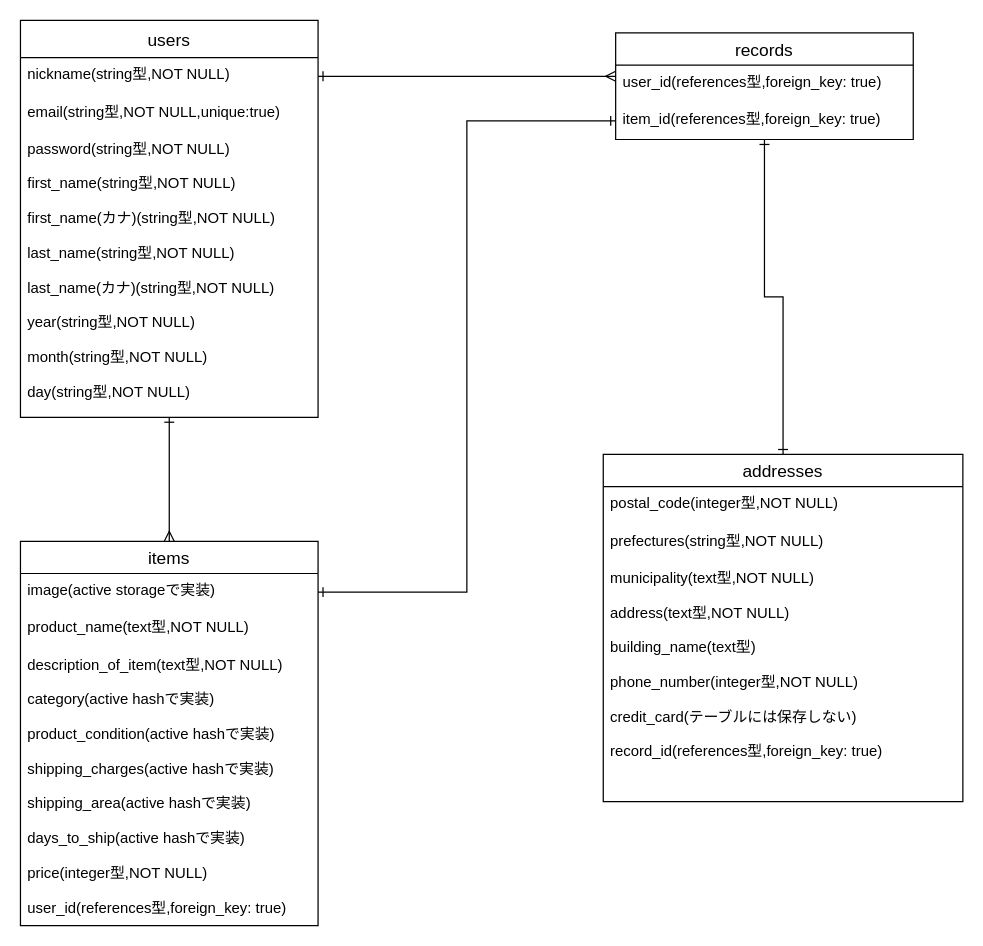
Earlier version of the draw.io diagram furima.dio (symr1010/furima-32991). Source tidied: cells renumbered, new cells numbered last; positions are measured from the earlier drawing's top-left corner, leaving out a move shared by most shapes. Both pictures are drawn from the tidied source at 124%, with x=0, y=0 at pixel (20, 20).
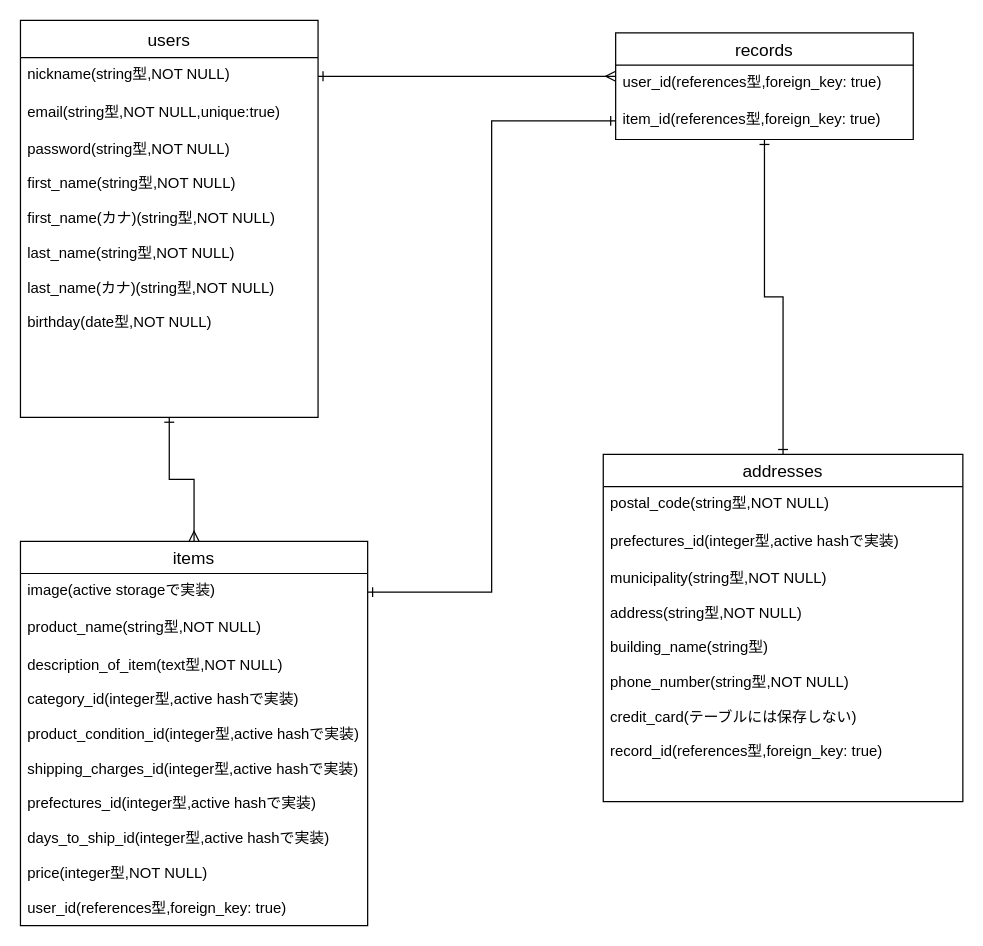
After the change.

Commit message (it also covers changes not shown here):
データベース設計(修正)1

The change refers to these unchanged cells:
```xml
<mxCell id="3" value="users" style="swimlane;fontStyle=0;horizontal=1;startSize=30;align=center;fontSize=14;" parent="1" vertex="1">
  <mxGeometry width="240" height="320" as="geometry" />
</mxCell>
<mxCell id="15" value="addresses" style="swimlane;fontStyle=0;horizontal=1;startSize=26;align=center;fontSize=14;" parent="1" vertex="1">
  <mxGeometry x="470" y="350" width="290" height="280" as="geometry" />
</mxCell>
```

The edit, as a diff of the source:
```diff
@@
-    <mxCell id="6" value="password(string型,NOT NULL)&#10;&#10;first_name(string型,NOT NULL)&#10;&#10;first_name(カナ)(string型,NOT NULL)&#10;&#10;last_name(string型,NOT NULL)&#10;&#10;last_name(カナ)(string型,NOT NULL)&#10;&#10;year(string型,NOT NULL)&#10;&#10;month(string型,NOT NULL)&#10;&#10;day(string型,NOT NULL)&#10;&#10;&#10;&#10;" style="text;strokeColor=none;fillColor=none;spacingLeft=4;spacingRight=4;overflow=hidden;fontSize=12;" parent="3" vertex="1">
+    <mxCell id="6" value="password(string型,NOT NULL)&#10;&#10;first_name(string型,NOT NULL)&#10;&#10;first_name(カナ)(string型,NOT NULL)&#10;&#10;last_name(string型,NOT NULL)&#10;&#10;last_name(カナ)(string型,NOT NULL)&#10;&#10;birthday(date型,NOT NULL)&#10;&#10;&#10;&#10;" style="text;strokeColor=none;fillColor=none;spacingLeft=4;spacingRight=4;overflow=hidden;fontSize=12;" parent="3" vertex="1">
       <mxGeometry y="90" width="240" height="230" as="geometry" />
     </mxCell>
@@
     <mxCell id="11" value="items" style="swimlane;fontStyle=0;horizontal=1;startSize=26;align=center;fontSize=14;" parent="1" vertex="1">
-      <mxGeometry y="420" width="240" height="310" as="geometry" />
+      <mxGeometry y="420" width="280" height="310" as="geometry" />
     </mxCell>
     <mxCell id="12" value="image(active storageで実装)" style="text;strokeColor=none;fillColor=none;spacingLeft=4;spacingRight=4;overflow=hidden;points=[[0,0.5],[1,0.5]];portConstraint=eastwest;fontSize=12;" parent="11" vertex="1">
-      <mxGeometry y="26" width="240" height="30" as="geometry" />
+      <mxGeometry y="26" width="280" height="30" as="geometry" />
     </mxCell>
-    <mxCell id="13" value="product_name(text型,NOT NULL)" style="text;strokeColor=none;fillColor=none;spacingLeft=4;spacingRight=4;overflow=hidden;fontSize=12;" parent="11" vertex="1">
-      <mxGeometry y="56" width="240" height="30" as="geometry" />
+    <mxCell id="13" value="product_name(string型,NOT NULL)" style="text;strokeColor=none;fillColor=none;spacingLeft=4;spacingRight=4;overflow=hidden;fontSize=12;" parent="11" vertex="1">
+      <mxGeometry y="56" width="280" height="30" as="geometry" />
     </mxCell>
-    <mxCell id="14" value="description_of_item(text型,NOT NULL)&#10;&#10;category(active hashで実装)&#10;&#10;product_condition(active hashで実装)&#10;&#10;shipping_charges(active hashで実装)&#10;&#10;shipping_area(active hashで実装)&#10;&#10;days_to_ship(active hashで実装)&#10;&#10;price(integer型,NOT NULL)&#10;&#10;user_id(references型,foreign_key: true)" style="text;strokeColor=none;fillColor=none;spacingLeft=4;spacingRight=4;overflow=hidden;fontSize=12;" parent="11" vertex="1">
-      <mxGeometry y="86" width="240" height="224" as="geometry" />
+    <mxCell id="14" value="description_of_item(text型,NOT NULL)&#10;&#10;category_id(integer型,active hashで実装)&#10;&#10;product_condition_id(integer型,active hashで実装)&#10;&#10;shipping_charges_id(integer型,active hashで実装)&#10;&#10;prefectures_id(integer型,active hashで実装)&#10;&#10;days_to_ship_id(integer型,active hashで実装)&#10;&#10;price(integer型,NOT NULL)&#10;&#10;user_id(references型,foreign_key: true)" style="text;strokeColor=none;fillColor=none;spacingLeft=4;spacingRight=4;overflow=hidden;fontSize=12;" parent="11" vertex="1">
+      <mxGeometry y="86" width="280" height="224" as="geometry" />
     </mxCell>
@@
-    <mxCell id="16" value="postal_code(integer型,NOT NULL)" style="text;strokeColor=none;fillColor=none;spacingLeft=4;spacingRight=4;overflow=hidden;fontSize=12;" parent="15" vertex="1">
+    <mxCell id="16" value="postal_code(string型,NOT NULL)" style="text;strokeColor=none;fillColor=none;spacingLeft=4;spacingRight=4;overflow=hidden;fontSize=12;" parent="15" vertex="1">
       <mxGeometry y="26" width="290" height="30" as="geometry" />
     </mxCell>
-    <mxCell id="17" value="prefectures(string型,NOT NULL)" style="text;strokeColor=none;fillColor=none;spacingLeft=4;spacingRight=4;overflow=hidden;fontSize=12;" parent="15" vertex="1">
+    <mxCell id="17" value="prefectures_id(integer型,active hashで実装)" style="text;strokeColor=none;fillColor=none;spacingLeft=4;spacingRight=4;overflow=hidden;fontSize=12;" parent="15" vertex="1">
       <mxGeometry y="56" width="290" height="30" as="geometry" />
     </mxCell>
-    <mxCell id="18" value="municipality(text型,NOT NULL)&#10;&#10;address(text型,NOT NULL)&#10;&#10;building_name(text型)&#10;&#10;phone_number(integer型,NOT NULL)&#10;&#10;credit_card(テーブルには保存しない)&#10;&#10;record_id(references型,foreign_key: true)" style="text;strokeColor=none;fillColor=none;spacingLeft=4;spacingRight=4;overflow=hidden;fontSize=12;" parent="15" vertex="1">
+    <mxCell id="18" value="municipality(string型,NOT NULL)&#10;&#10;address(string型,NOT NULL)&#10;&#10;building_name(string型)&#10;&#10;phone_number(string型,NOT NULL)&#10;&#10;credit_card(テーブルには保存しない)&#10;&#10;record_id(references型,foreign_key: true)" style="text;strokeColor=none;fillColor=none;spacingLeft=4;spacingRight=4;overflow=hidden;fontSize=12;" parent="15" vertex="1">
       <mxGeometry y="86" width="290" height="194" as="geometry" />
     </mxCell>
```
